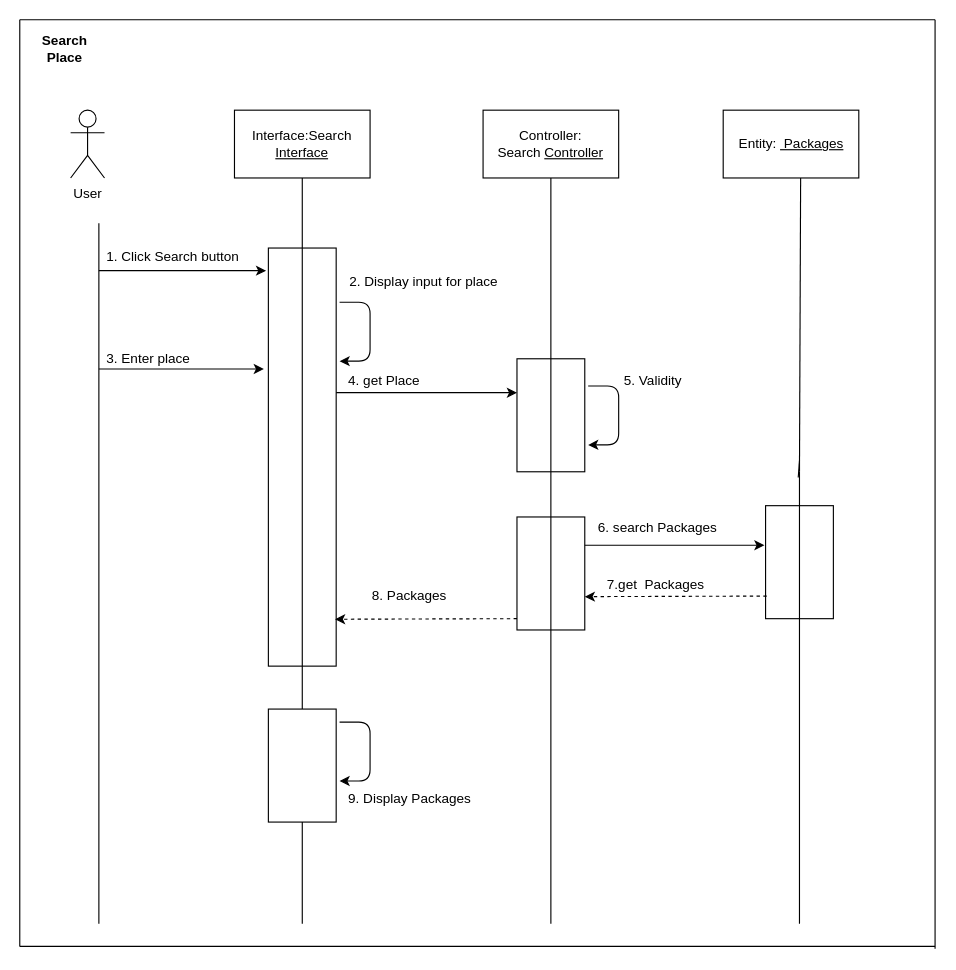
Before: page "Search" (3 of 10) of Travel Managemet System/Sequence Diagram.drawio in shreyzo/Travel-Management-System, a draw.io diagram. Source tidied: cells renumbered, new cells numbered last; positions are measured from the earlier drawing's top-left corner, leaving out a move shared by most shapes. Both pictures are drawn from the tidied source at 113%, with x=0, y=0 at pixel (19, 19).
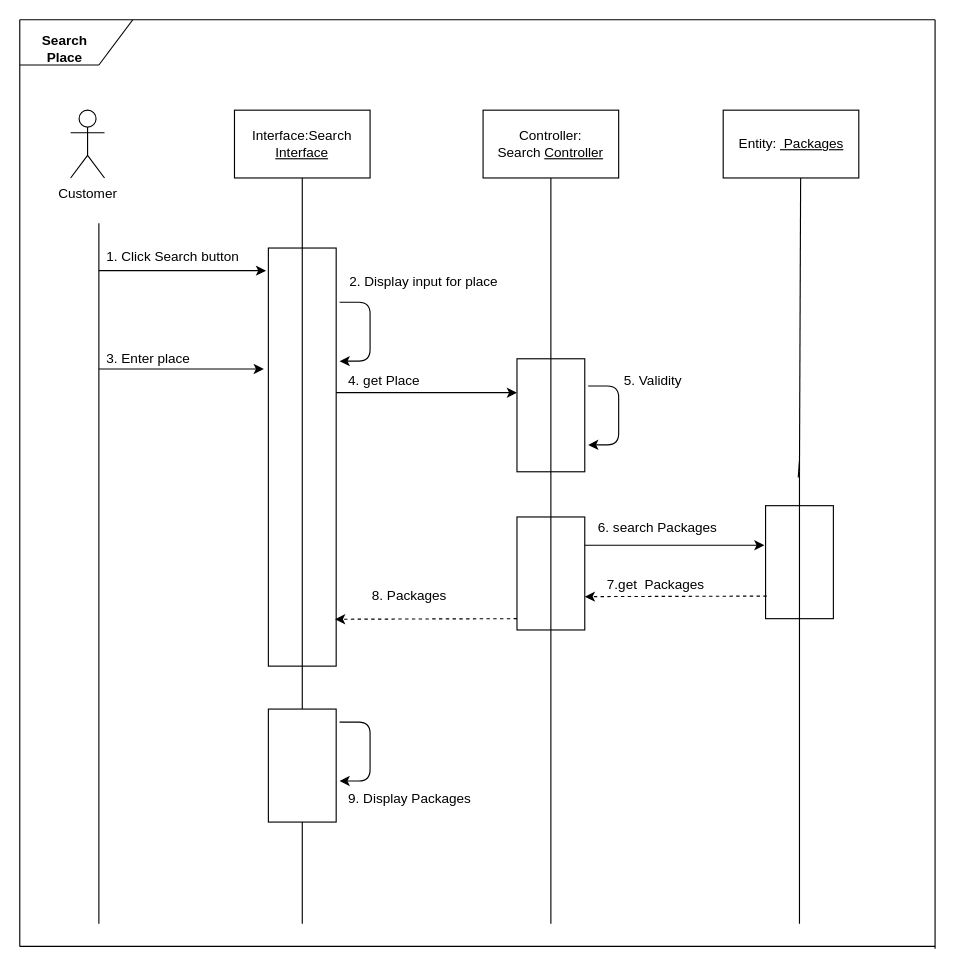
Above is the later version.

Diff of the diagram source:
```diff
@@
-    <mxCell id="2" value="User" style="shape=umlActor;verticalLabelPosition=bottom;labelBackgroundColor=#ffffff;verticalAlign=top;html=1;" parent="1" vertex="1">
+    <mxCell id="2" value="Customer" style="shape=umlActor;verticalLabelPosition=bottom;labelBackgroundColor=#ffffff;verticalAlign=top;html=1;" parent="1" vertex="1">
       <mxGeometry x="45" y="80" width="30" height="60" as="geometry" />
     </mxCell>
@@
+    <mxCell id="41" style="endArrow=none;html=1;" parent="1" edge="1">
+      <mxGeometry relative="1" as="geometry">
+        <mxPoint y="40" as="sourcePoint" />
+        <mxPoint x="70" y="40" as="targetPoint" />
+      </mxGeometry>
+    </mxCell>
+    <mxCell id="42" style="endArrow=none;html=1;" parent="1" edge="1">
+      <mxGeometry relative="1" as="geometry">
+        <mxPoint x="70" y="40" as="sourcePoint" />
+        <mxPoint x="100" as="targetPoint" />
+      </mxGeometry>
+    </mxCell>
```
